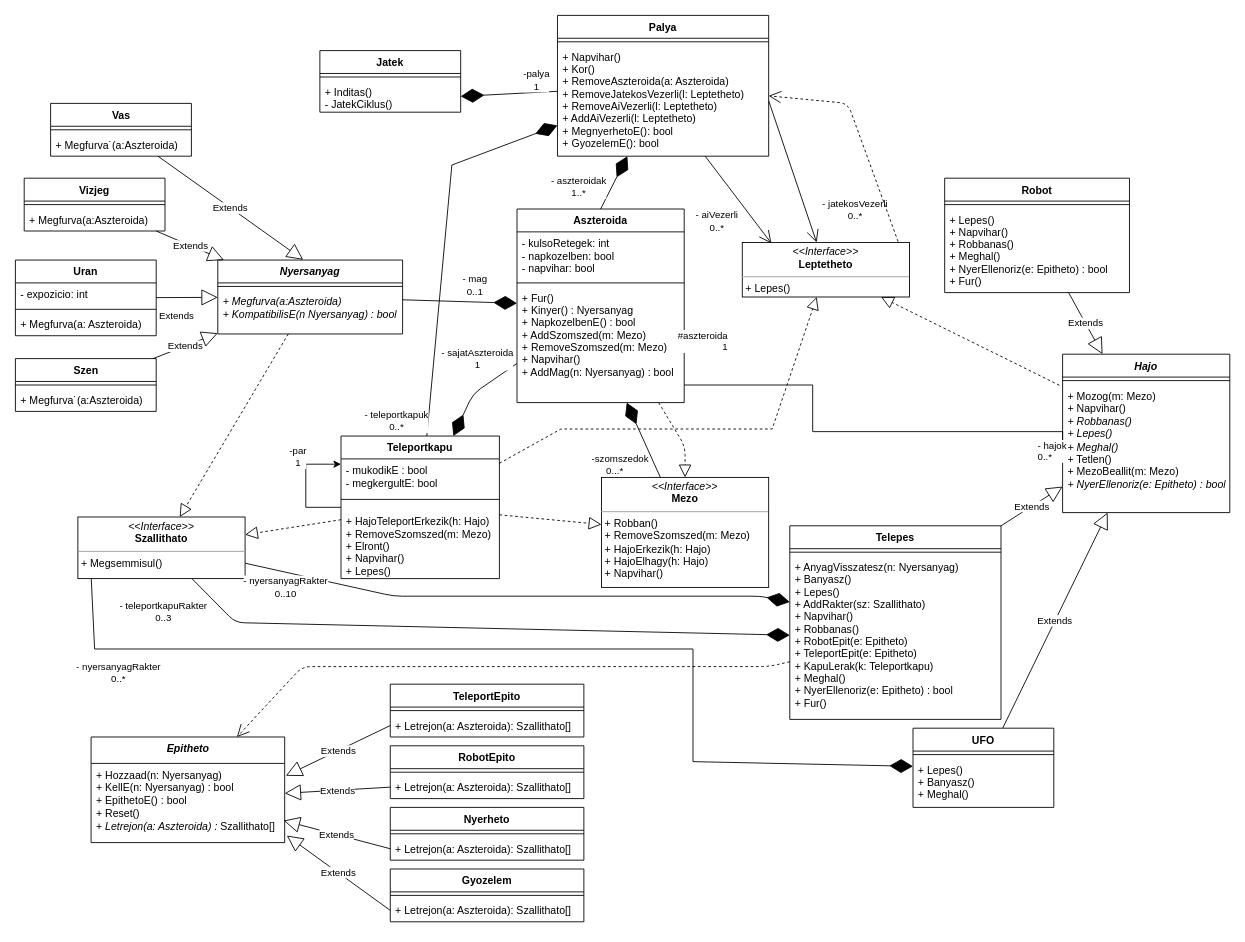
Before: doc/class.drawio in torpeBoiGo/aszteroidabanyaszat, a draw.io diagram. Source tidied: cells renumbered, new cells numbered last; positions are measured from the earlier drawing's top-left corner, leaving out a move shared by most shapes. Both pictures are drawn from the tidied source at 88%, with x=0, y=0 at pixel (15, 15).
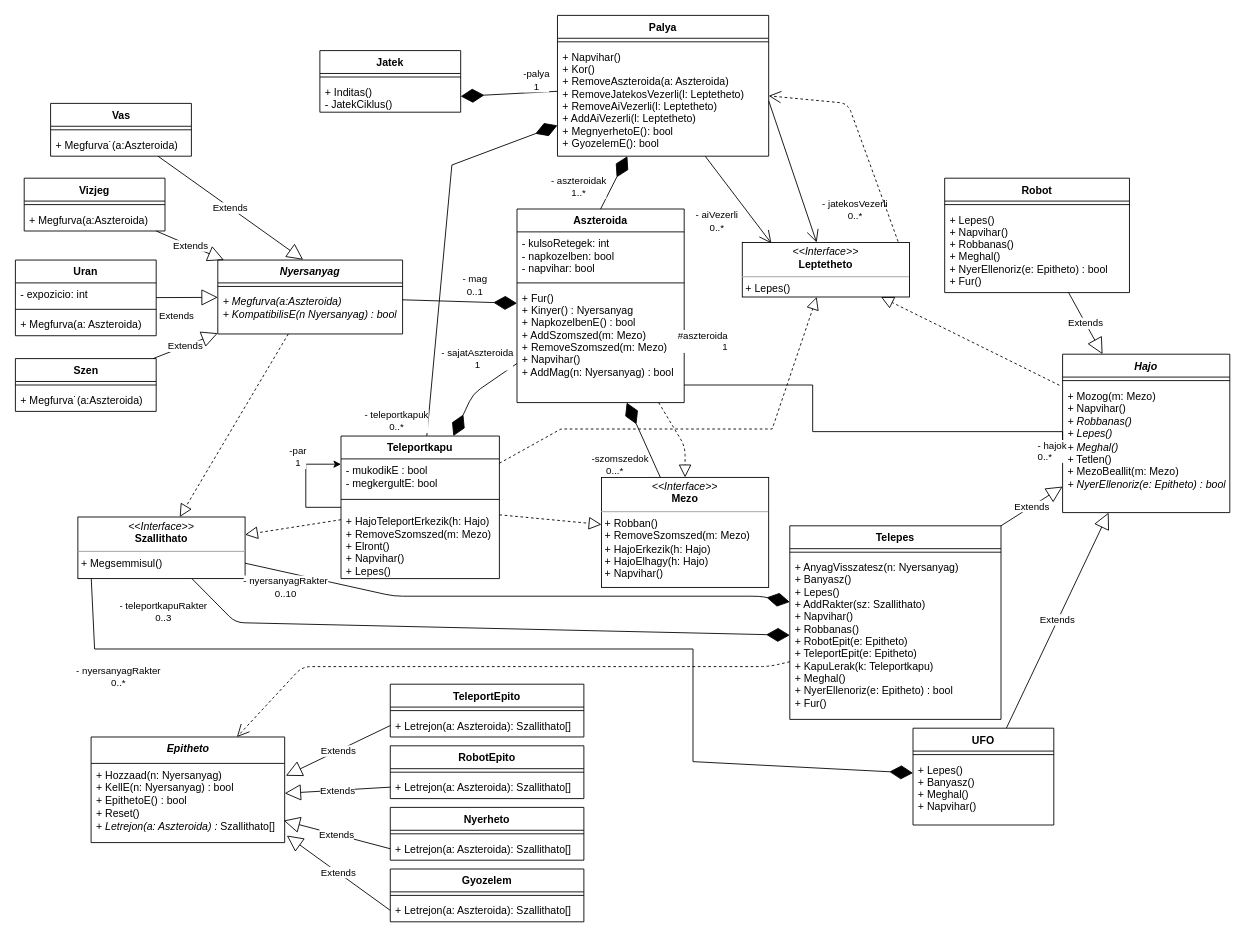
Above is the later version.

Commit message:
ufo napvihar

Change to the diagram source:
```diff
@@
     <mxCell id="98" value="UFO" style="swimlane;fontStyle=1;align=center;verticalAlign=top;horizontal=1;startSize=26;" parent="1" vertex="1">
-      <mxGeometry x="1020" y="810" width="160" height="90" as="geometry" />
+      <mxGeometry x="1020" y="810" width="160" height="110" as="geometry" />
     </mxCell>
@@
-    <mxCell id="100" value="+ Lepes()&#10;+ Banyasz()&#10;+ Meghal()" style="text;strokeColor=none;fillColor=none;align=left;verticalAlign=top;spacingLeft=4;spacingRight=4;overflow=hidden;" parent="98" vertex="1">
-      <mxGeometry y="34" width="160" height="56" as="geometry" />
+    <mxCell id="100" value="+ Lepes()&#10;+ Banyasz()&#10;+ Meghal()&#10;+ Napvihar()" style="text;strokeColor=none;fillColor=none;align=left;verticalAlign=top;spacingLeft=4;spacingRight=4;overflow=hidden;" parent="98" vertex="1">
+      <mxGeometry y="34" width="160" height="76" as="geometry" />
     </mxCell>
```
